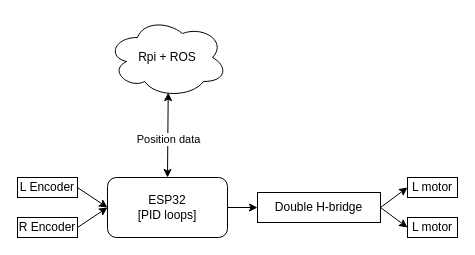
The draw.io diagram docs/diagrams/FlashMcQueen.drawio in ECAM-PR4L-Eurobot-2023/Eurobot-2023-General, before the edit. Source tidied: cells renumbered, new cells numbered last; positions are measured from the earlier drawing's top-left corner, leaving out a move shared by most shapes. Both pictures are drawn from the tidied source at 100%, with x=0, y=0 at pixel (17, 17).
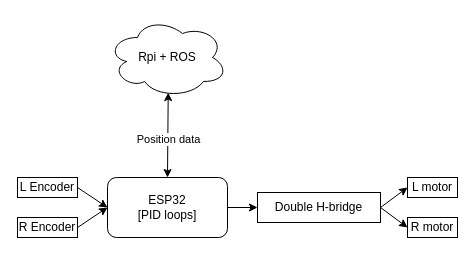
Above is the later version.

What changed in the source:
```diff
@@
 <mxGraphModel>
   <root>
     <mxCell id="0" />
     <mxCell id="1" parent="0" />
     <mxCell id="2" style="edgeStyle=none;html=1;exitX=0.5;exitY=0;exitDx=0;exitDy=0;entryX=0.506;entryY=0.939;entryDx=0;entryDy=0;entryPerimeter=0;startArrow=classic;startFill=1;" parent="1" edge="1" source="5" target="6">
       <mxGeometry relative="1" as="geometry" />
     </mxCell>
     <mxCell id="3" value="Position data" style="edgeLabel;html=1;align=center;verticalAlign=middle;" parent="2" vertex="1">
       <mxGeometry x="-0.08" relative="1" as="geometry" />
     </mxCell>
     <mxCell id="4" style="edgeStyle=none;html=1;exitX=1;exitY=0.5;exitDx=0;exitDy=0;entryX=0;entryY=0.5;entryDx=0;entryDy=0;startArrow=none;startFill=0;" parent="1" edge="1" source="5" target="9">
       <mxGeometry relative="1" as="geometry" />
     </mxCell>
     <mxCell id="5" value="ESP32&lt;br&gt;[PID loops]" style="rounded=1;whiteSpace=wrap;html=1;" parent="1" vertex="1">
       <mxGeometry x="90" y="160" width="120" height="60" as="geometry" />
     </mxCell>
     <mxCell id="6" value="Rpi + ROS" style="ellipse;shape=cloud;whiteSpace=wrap;html=1;" parent="1" vertex="1">
       <mxGeometry x="90" width="120" height="80" as="geometry" />
     </mxCell>
     <mxCell id="7" style="edgeStyle=none;html=1;exitX=1;exitY=0.5;exitDx=0;exitDy=0;entryX=0;entryY=0.5;entryDx=0;entryDy=0;startArrow=none;startFill=0;" parent="1" edge="1" source="9" target="10">
       <mxGeometry relative="1" as="geometry" />
     </mxCell>
     <mxCell id="8" style="edgeStyle=none;html=1;exitX=1;exitY=0.5;exitDx=0;exitDy=0;entryX=0;entryY=0.5;entryDx=0;entryDy=0;startArrow=none;startFill=0;" parent="1" edge="1" source="9" target="11">
       <mxGeometry relative="1" as="geometry" />
     </mxCell>
     <mxCell id="9" value="Double H-bridge" style="rounded=0;whiteSpace=wrap;html=1;" parent="1" vertex="1">
       <mxGeometry x="240" y="175" width="123" height="30" as="geometry" />
     </mxCell>
     <mxCell id="10" value="L motor" style="rounded=0;whiteSpace=wrap;html=1;" parent="1" vertex="1">
       <mxGeometry x="390" y="160" width="50" height="20" as="geometry" />
     </mxCell>
-    <mxCell id="11" value="L motor" style="rounded=0;whiteSpace=wrap;html=1;" parent="1" vertex="1">
+    <mxCell id="11" value="R motor" style="rounded=0;whiteSpace=wrap;html=1;" parent="1" vertex="1">
       <mxGeometry x="390" y="200" width="50" height="20" as="geometry" />
     </mxCell>
     <mxCell id="12" style="edgeStyle=none;html=1;exitX=1;exitY=0.5;exitDx=0;exitDy=0;entryX=0;entryY=0.5;entryDx=0;entryDy=0;startArrow=none;startFill=0;" parent="1" edge="1" source="13" target="5">
       <mxGeometry relative="1" as="geometry" />
     </mxCell>
     <mxCell id="13" value="L Encoder" style="rounded=0;whiteSpace=wrap;html=1;" parent="1" vertex="1">
       <mxGeometry y="160" width="60" height="20" as="geometry" />
     </mxCell>
     <mxCell id="14" style="edgeStyle=none;html=1;exitX=1;exitY=0.5;exitDx=0;exitDy=0;entryX=0;entryY=0.5;entryDx=0;entryDy=0;startArrow=none;startFill=0;" parent="1" edge="1" source="15" target="5">
       <mxGeometry relative="1" as="geometry" />
     </mxCell>
     <mxCell id="15" value="R&amp;nbsp;Encoder" style="rounded=0;whiteSpace=wrap;html=1;" parent="1" vertex="1">
       <mxGeometry y="200" width="60" height="20" as="geometry" />
     </mxCell>
   </root>
 </mxGraphModel>
```
